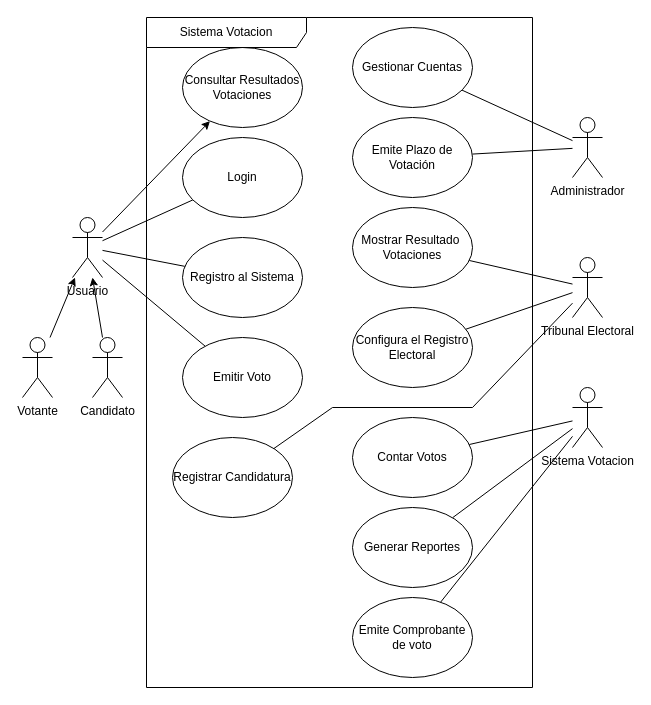
bravemilio15/DiagramasTercerCiclo keeps this draw.io diagram as Usecase.drawio. Above is the earlier version. Source tidied: cells renumbered, new cells numbered last; positions are measured from the earlier drawing's top-left corner, leaving out a move shared by most shapes. Both pictures are drawn from the tidied source at 100%, with x=0, y=0 at pixel (22, 17).
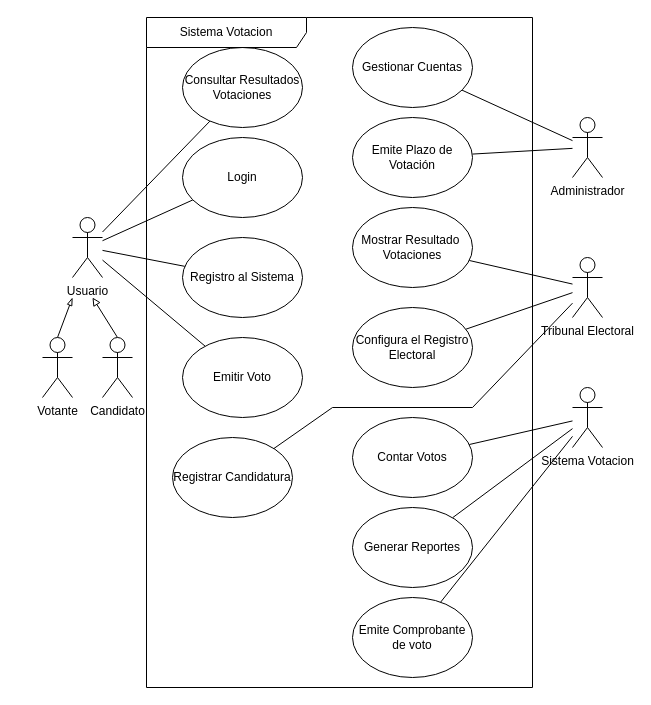
The same diagram, later.

The change refers to these unchanged cells:
```xml
<mxCell id="6" value="Usuario" style="shape=umlActor;verticalLabelPosition=bottom;verticalAlign=top;html=1;outlineConnect=0;" parent="1" vertex="1">
  <mxGeometry x="50" y="200" width="30" height="60" as="geometry" />
</mxCell>
<mxCell id="26" value="Consultar Resultados Votaciones" style="ellipse;whiteSpace=wrap;html=1;" parent="1" vertex="1">
  <mxGeometry x="160" y="30" width="120" height="80" as="geometry" />
</mxCell>
```

Diff of the diagram source:
```diff
@@
-    <mxCell id="5" style="rounded=0;jettySize=auto;html=1;" parent="1" edge="1" source="6" target="26">
+    <mxCell id="5" style="rounded=0;jettySize=auto;html=1;endArrow=none;endFill=0;" parent="1" edge="1" source="6" target="26">
       <mxGeometry relative="1" as="geometry" />
     </mxCell>
@@
-    <mxCell id="7" style="rounded=0;jettySize=auto;html=1;" parent="1" edge="1" source="8" target="6">
-      <mxGeometry relative="1" as="geometry" />
+    <mxCell id="7" style="rounded=0;jettySize=auto;html=1;endArrow=block;endFill=0;exitX=0.5;exitY=0;exitDx=0;exitDy=0;exitPerimeter=0;" parent="1" edge="1" source="8">
+      <mxGeometry relative="1" as="geometry">
+        <mxPoint x="70" y="280" as="targetPoint" />
+      </mxGeometry>
     </mxCell>
     <mxCell id="8" value="Candidato" style="shape=umlActor;verticalLabelPosition=bottom;verticalAlign=top;html=1;outlineConnect=0;" parent="1" vertex="1">
-      <mxGeometry x="70" y="320" width="30" height="60" as="geometry" />
+      <mxGeometry x="80" y="320" width="30" height="60" as="geometry" />
     </mxCell>
-    <mxCell id="9" style="rounded=0;jettySize=auto;html=1;endArrow=classic;endFill=1;" parent="1" edge="1" source="10" target="6">
-      <mxGeometry relative="1" as="geometry" />
+    <mxCell id="9" style="rounded=0;jettySize=auto;html=1;endArrow=blockThin;endFill=0;exitX=0.5;exitY=0;exitDx=0;exitDy=0;exitPerimeter=0;" parent="1" edge="1" source="10">
+      <mxGeometry relative="1" as="geometry">
+        <mxPoint x="50" y="280" as="targetPoint" />
+      </mxGeometry>
     </mxCell>
     <mxCell id="10" value="Votante" style="shape=umlActor;verticalLabelPosition=bottom;verticalAlign=top;html=1;outlineConnect=0;" parent="1" vertex="1">
-      <mxGeometry y="320" width="30" height="60" as="geometry" />
+      <mxGeometry x="20" y="320" width="30" height="60" as="geometry" />
     </mxCell>
```
